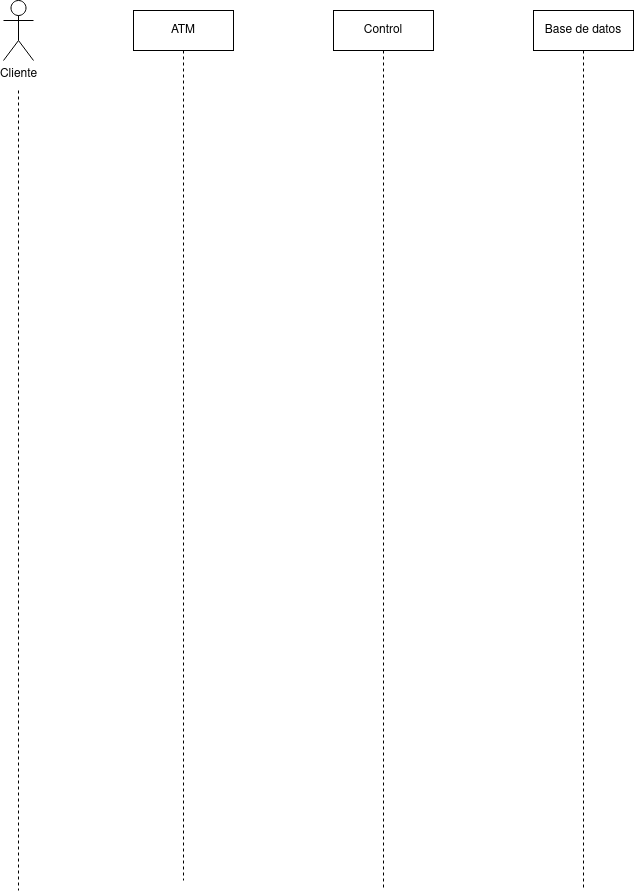
This is diagramas_secuencias/cajero-automatico/diagrama-secuencias-cajero-automatico.drawio.png from JesusLugo2002/ETS, a draw.io export, as it was before one commit. Source tidied: cells renumbered, new cells last; positions are measured from the earlier drawing's top-left corner, leaving out a move shared by most shapes. The source it was exported from:
```xml
<mxGraphModel>
  <root>
    <mxCell id="0" />
    <mxCell id="1" parent="0" />
    <mxCell id="2" value="ATM" style="shape=umlLifeline;perimeter=lifelinePerimeter;whiteSpace=wrap;html=1;newEdgeStyle={&quot;curved&quot;:0,&quot;rounded&quot;:0};" parent="1" vertex="1">
      <mxGeometry x="130" y="10" width="100" height="870" as="geometry" />
    </mxCell>
    <mxCell id="3" value="Control" style="shape=umlLifeline;perimeter=lifelinePerimeter;whiteSpace=wrap;html=1;newEdgeStyle={&quot;curved&quot;:0,&quot;rounded&quot;:0};" parent="1" vertex="1">
      <mxGeometry x="330" y="10" width="100" height="880" as="geometry" />
    </mxCell>
    <mxCell id="4" value="Base de datos" style="shape=umlLifeline;perimeter=lifelinePerimeter;whiteSpace=wrap;html=1;newEdgeStyle={&quot;curved&quot;:0,&quot;rounded&quot;:0};" parent="1" vertex="1">
      <mxGeometry x="530" y="10" width="100" height="880" as="geometry" />
    </mxCell>
    <mxCell id="5" style="rounded=0;orthogonalLoop=1;jettySize=auto;html=1;dashed=1;endArrow=none;endFill=0;" parent="1" edge="1">
      <mxGeometry relative="1" as="geometry">
        <mxPoint x="15" y="90" as="sourcePoint" />
        <mxPoint x="15" y="890" as="targetPoint" />
      </mxGeometry>
    </mxCell>
    <mxCell id="6" value="Cliente" style="shape=umlActor;verticalLabelPosition=bottom;verticalAlign=top;html=1;" parent="1" vertex="1">
      <mxGeometry width="30" height="60" as="geometry" />
    </mxCell>
  </root>
</mxGraphModel>
```
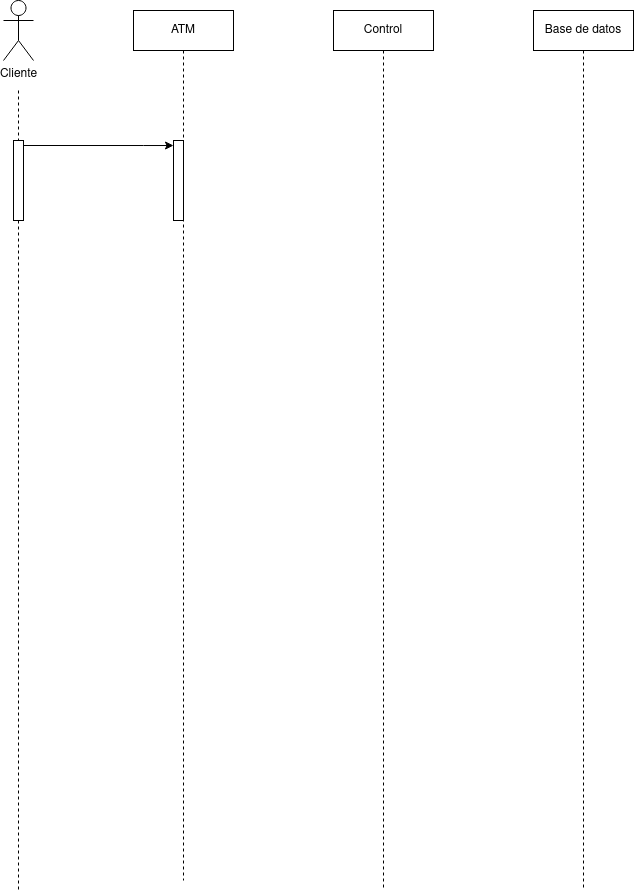
After the change.

Diff of the diagram source:
```diff
@@ -5,20 +5,38 @@
     <mxCell id="2" value="ATM" style="shape=umlLifeline;perimeter=lifelinePerimeter;whiteSpace=wrap;html=1;newEdgeStyle={&quot;curved&quot;:0,&quot;rounded&quot;:0};" parent="1" vertex="1">
       <mxGeometry x="130" y="10" width="100" height="870" as="geometry" />
     </mxCell>
+    <mxCell id="7" style="html=1;points=[[0,0,0,0,5],[0,1,0,0,-5],[1,0,0,0,5],[1,1,0,0,-5]];perimeter=orthogonalPerimeter;outlineConnect=0;targetShapes=umlLifeline;portConstraint=eastwest;newEdgeStyle={&quot;curved&quot;:0,&quot;rounded&quot;:0};" parent="2" vertex="1">
+      <mxGeometry x="40" y="130" width="10" height="80" as="geometry" />
+    </mxCell>
     <mxCell id="3" value="Control" style="shape=umlLifeline;perimeter=lifelinePerimeter;whiteSpace=wrap;html=1;newEdgeStyle={&quot;curved&quot;:0,&quot;rounded&quot;:0};" parent="1" vertex="1">
       <mxGeometry x="330" y="10" width="100" height="880" as="geometry" />
     </mxCell>
     <mxCell id="4" value="Base de datos" style="shape=umlLifeline;perimeter=lifelinePerimeter;whiteSpace=wrap;html=1;newEdgeStyle={&quot;curved&quot;:0,&quot;rounded&quot;:0};" parent="1" vertex="1">
       <mxGeometry x="530" y="10" width="100" height="880" as="geometry" />
     </mxCell>
-    <mxCell id="5" style="rounded=0;orthogonalLoop=1;jettySize=auto;html=1;dashed=1;endArrow=none;endFill=0;" parent="1" edge="1">
+    <mxCell id="5" style="rounded=0;jettySize=auto;html=1;dashed=1;endArrow=none;endFill=0;" parent="1" edge="1" source="10">
       <mxGeometry relative="1" as="geometry">
-        <mxPoint x="15" y="90" as="sourcePoint" />
         <mxPoint x="15" y="890" as="targetPoint" />
       </mxGeometry>
     </mxCell>
     <mxCell id="6" value="Cliente" style="shape=umlActor;verticalLabelPosition=bottom;verticalAlign=top;html=1;" parent="1" vertex="1">
       <mxGeometry width="30" height="60" as="geometry" />
     </mxCell>
+    <mxCell id="8" style="rounded=0;jettySize=auto;html=1;dashed=1;endArrow=none;endFill=0;" parent="1" edge="1" target="10">
+      <mxGeometry relative="1" as="geometry">
+        <mxPoint x="15" y="90" as="sourcePoint" />
+      </mxGeometry>
+    </mxCell>
+    <mxCell id="9" style="edgeStyle=orthogonalEdgeStyle;rounded=0;jettySize=auto;html=1;curved=0;exitX=1;exitY=0;exitDx=0;exitDy=5;exitPerimeter=0;" parent="1" edge="1" source="10" target="7">
+      <mxGeometry relative="1" as="geometry">
+        <Array as="points">
+          <mxPoint x="140" y="145" />
+          <mxPoint x="140" y="145" />
+        </Array>
+      </mxGeometry>
+    </mxCell>
+    <mxCell id="10" style="html=1;points=[[0,0,0,0,5],[0,1,0,0,-5],[1,0,0,0,5],[1,1,0,0,-5]];perimeter=orthogonalPerimeter;outlineConnect=0;targetShapes=umlLifeline;portConstraint=eastwest;newEdgeStyle={&quot;curved&quot;:0,&quot;rounded&quot;:0};" parent="1" vertex="1">
+      <mxGeometry x="10" y="140" width="10" height="80" as="geometry" />
+    </mxCell>
   </root>
 </mxGraphModel>
```
